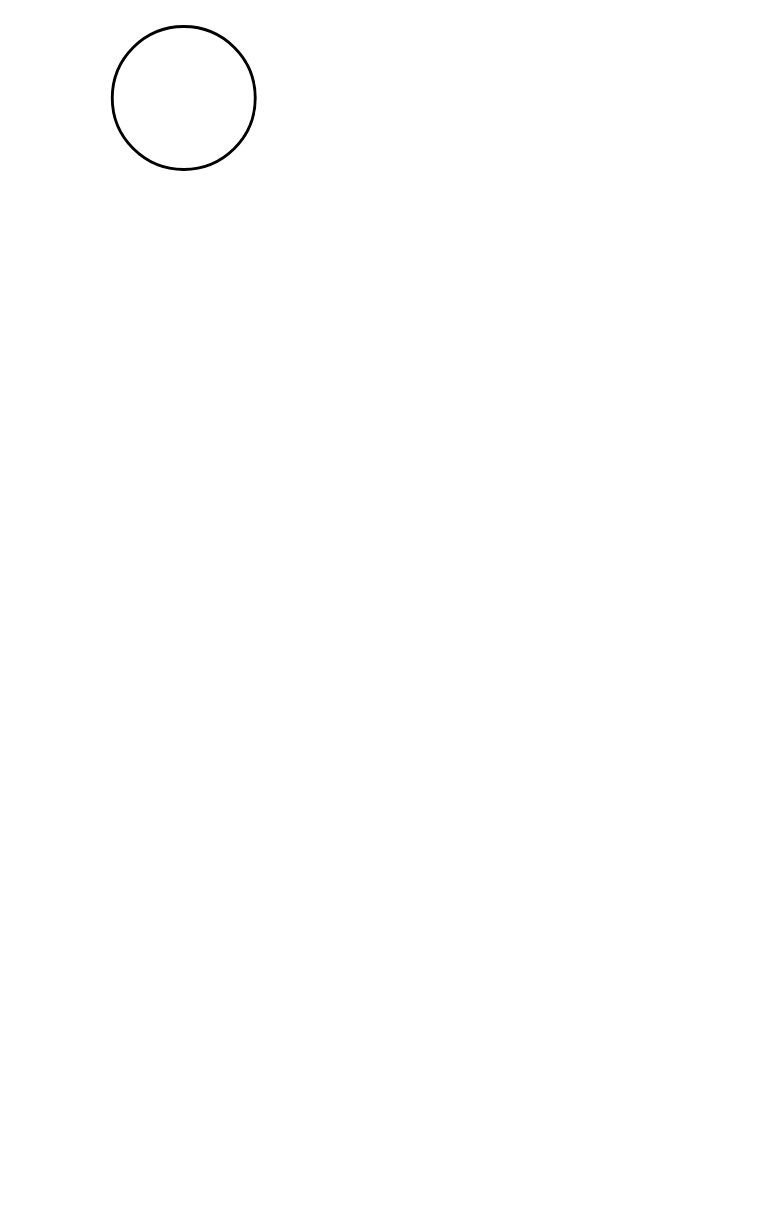
Clark-State-Spring-2025-CSD/looping-logic-Elemental-Omen keeps this draw.io diagram as Untitled Diagram.drawio. Above is the earlier version. Source tidied: cells renumbered, new cells numbered last; positions are measured from the earlier drawing's top-left corner, leaving out a move shared by most shapes. Both pictures are drawn from the tidied source at 143%, with x=0, y=0 at pixel (112, 26).
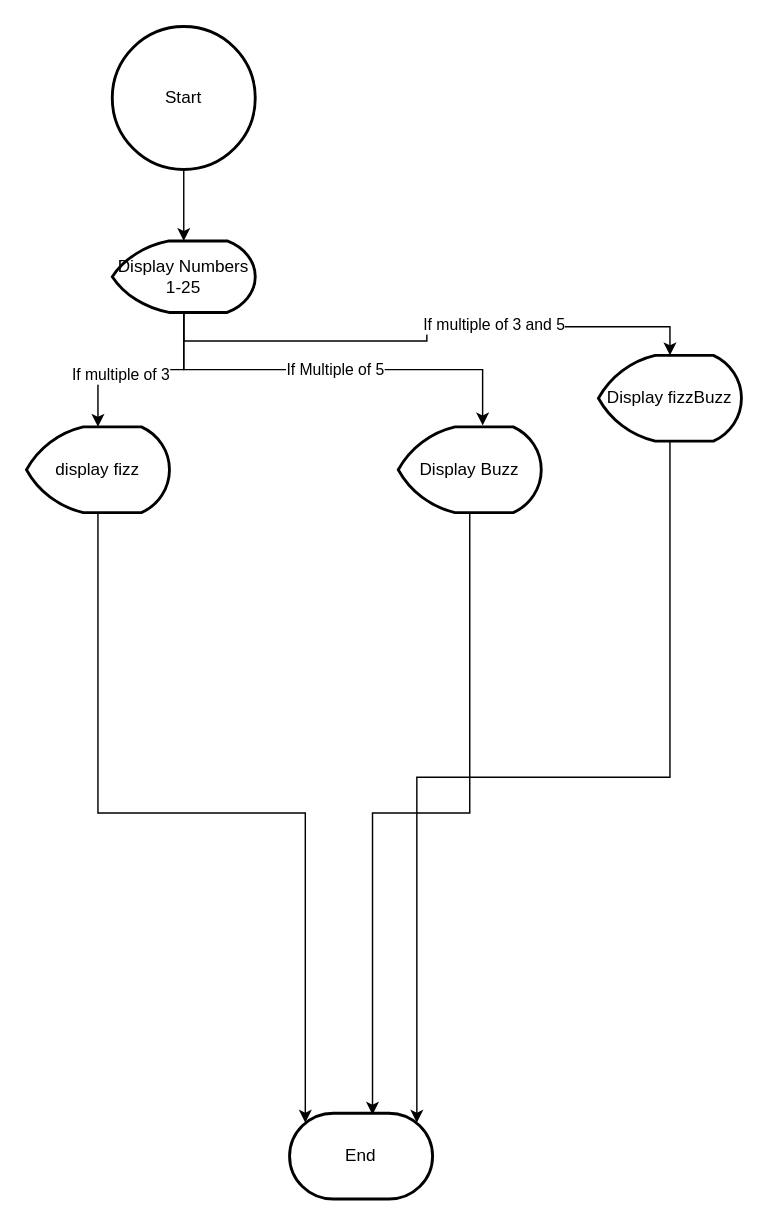
After the change.

Change to the diagram source:
```diff
@@
 <mxGraphModel>
   <root>
     <mxCell id="0" />
     <mxCell id="1" parent="0" />
+    <mxCell id="3" style="edgeStyle=orthogonalEdgeStyle;rounded=0;jettySize=auto;html=1;exitX=0.5;exitY=1;exitDx=0;exitDy=0;exitPerimeter=0;" parent="1" edge="1" source="2" target="11">
+      <mxGeometry relative="1" as="geometry" />
+    </mxCell>
-    <mxCell id="2" style="strokeWidth=2;html=1;shape=mxgraph.flowchart.start_2;whiteSpace=wrap;" parent="1" vertex="1">
+    <mxCell id="2" value="Start" style="strokeWidth=2;html=1;shape=mxgraph.flowchart.start_2;whiteSpace=wrap;" parent="1" vertex="1">
       <mxGeometry width="100" height="100" as="geometry" />
     </mxCell>
+    <mxCell id="4" value="End" style="strokeWidth=2;html=1;shape=mxgraph.flowchart.terminator;whiteSpace=wrap;" parent="1" vertex="1">
+      <mxGeometry x="124" y="760" width="100" height="60" as="geometry" />
+    </mxCell>
+    <mxCell id="5" style="edgeStyle=orthogonalEdgeStyle;rounded=0;jettySize=auto;html=1;exitX=0.5;exitY=1;exitDx=0;exitDy=0;exitPerimeter=0;entryX=0.5;entryY=0;entryDx=0;entryDy=0;entryPerimeter=0;" parent="1" edge="1" source="11" target="12">
+      <mxGeometry relative="1" as="geometry" />
+    </mxCell>
+    <mxCell id="6" value="If multiple of 3" style="edgeLabel;html=1;align=center;verticalAlign=middle;" parent="5" vertex="1">
+      <mxGeometry x="0.21" y="3" relative="1" as="geometry" />
+    </mxCell>
+    <mxCell id="7" style="edgeStyle=orthogonalEdgeStyle;rounded=0;jettySize=auto;html=1;exitX=0.5;exitY=1;exitDx=0;exitDy=0;exitPerimeter=0;entryX=0.59;entryY=-0.017;entryDx=0;entryDy=0;entryPerimeter=0;" parent="1" edge="1" source="11" target="14">
+      <mxGeometry relative="1" as="geometry" />
+    </mxCell>
+    <mxCell id="8" value="If Multiple of 5" style="edgeLabel;html=1;align=center;verticalAlign=middle;" parent="7" vertex="1">
+      <mxGeometry x="0.01" y="1" relative="1" as="geometry" />
+    </mxCell>
+    <mxCell id="9" style="edgeStyle=orthogonalEdgeStyle;rounded=0;jettySize=auto;html=1;exitX=0.5;exitY=1;exitDx=0;exitDy=0;exitPerimeter=0;" parent="1" edge="1" source="11" target="15">
+      <mxGeometry relative="1" as="geometry" />
+    </mxCell>
+    <mxCell id="10" value="If multiple of 3 and 5" style="edgeLabel;html=1;align=center;verticalAlign=middle;" parent="9" vertex="1">
+      <mxGeometry x="0.26" y="2" relative="1" as="geometry" />
+    </mxCell>
+    <mxCell id="11" value="Display Numbers 1-25" style="strokeWidth=2;html=1;shape=mxgraph.flowchart.display;whiteSpace=wrap;" parent="1" vertex="1">
+      <mxGeometry y="150" width="100" height="50" as="geometry" />
+    </mxCell>
+    <mxCell id="12" value="display fizz" style="strokeWidth=2;html=1;shape=mxgraph.flowchart.display;whiteSpace=wrap;" parent="1" vertex="1">
+      <mxGeometry x="-60" y="280" width="100" height="60" as="geometry" />
+    </mxCell>
+    <mxCell id="13" style="edgeStyle=orthogonalEdgeStyle;rounded=0;jettySize=auto;html=1;exitX=0.5;exitY=1;exitDx=0;exitDy=0;exitPerimeter=0;entryX=0.58;entryY=0.017;entryDx=0;entryDy=0;entryPerimeter=0;" parent="1" edge="1" source="14" target="4">
+      <mxGeometry relative="1" as="geometry" />
+    </mxCell>
+    <mxCell id="14" value="Display Buzz" style="strokeWidth=2;html=1;shape=mxgraph.flowchart.display;whiteSpace=wrap;" parent="1" vertex="1">
+      <mxGeometry x="200" y="280" width="100" height="60" as="geometry" />
+    </mxCell>
+    <mxCell id="15" value="Display fizzBuzz" style="strokeWidth=2;html=1;shape=mxgraph.flowchart.display;whiteSpace=wrap;" parent="1" vertex="1">
+      <mxGeometry x="340" y="230" width="100" height="60" as="geometry" />
+    </mxCell>
+    <mxCell id="16" style="edgeStyle=orthogonalEdgeStyle;rounded=0;jettySize=auto;html=1;exitX=0.5;exitY=1;exitDx=0;exitDy=0;exitPerimeter=0;entryX=0.11;entryY=0.11;entryDx=0;entryDy=0;entryPerimeter=0;" parent="1" edge="1" source="12" target="4">
+      <mxGeometry relative="1" as="geometry" />
+    </mxCell>
+    <mxCell id="17" style="edgeStyle=orthogonalEdgeStyle;rounded=0;jettySize=auto;html=1;exitX=0.5;exitY=1;exitDx=0;exitDy=0;exitPerimeter=0;entryX=0.89;entryY=0.11;entryDx=0;entryDy=0;entryPerimeter=0;" parent="1" edge="1" source="15" target="4">
+      <mxGeometry relative="1" as="geometry" />
+    </mxCell>
   </root>
 </mxGraphModel>
```
